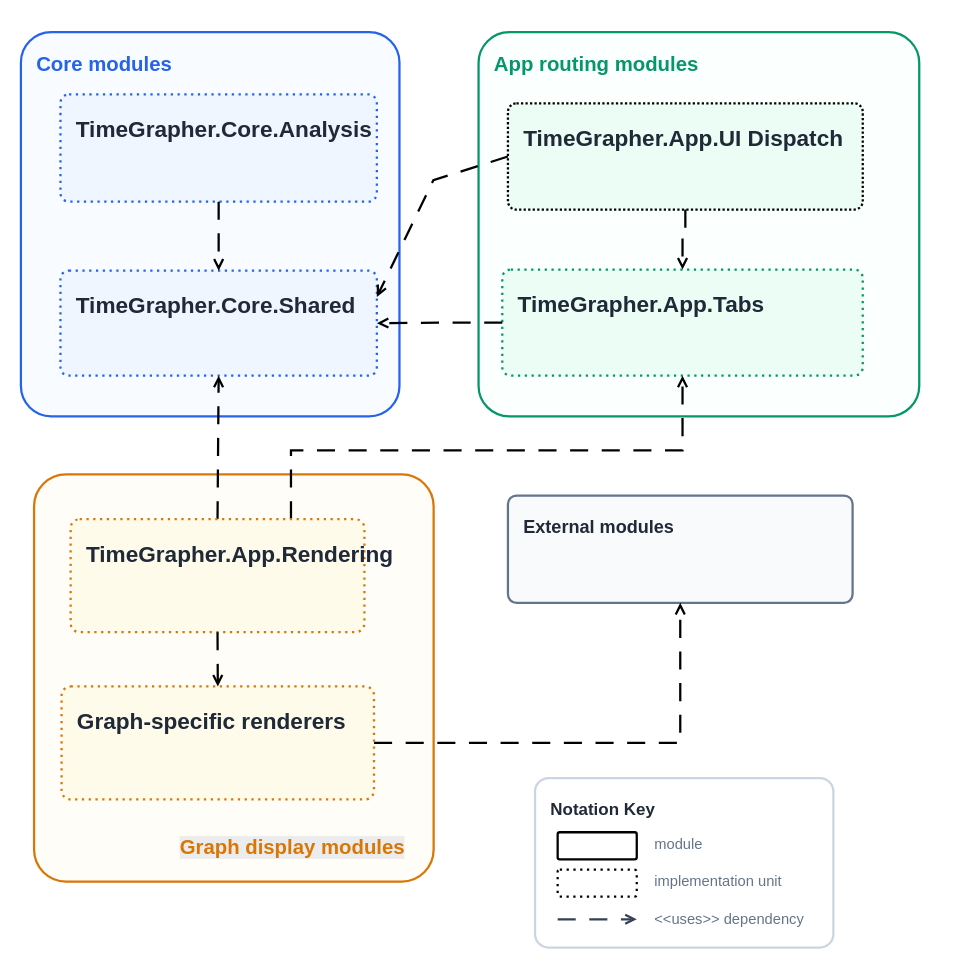
The draw.io diagram FinalDemo/assets/4.UsesView/4-ForPresentation_AnalysisFrame-Module-Uses-View.drawio in lgcmu2026-team5/TimeGrapher-Docs, before the edit. Source tidied: cells renumbered, new cells numbered last; positions are measured from the earlier drawing's top-left corner, leaving out a move shared by most shapes. Both pictures are drawn from the tidied source at 113%, with x=0, y=0 at pixel (20, 32).
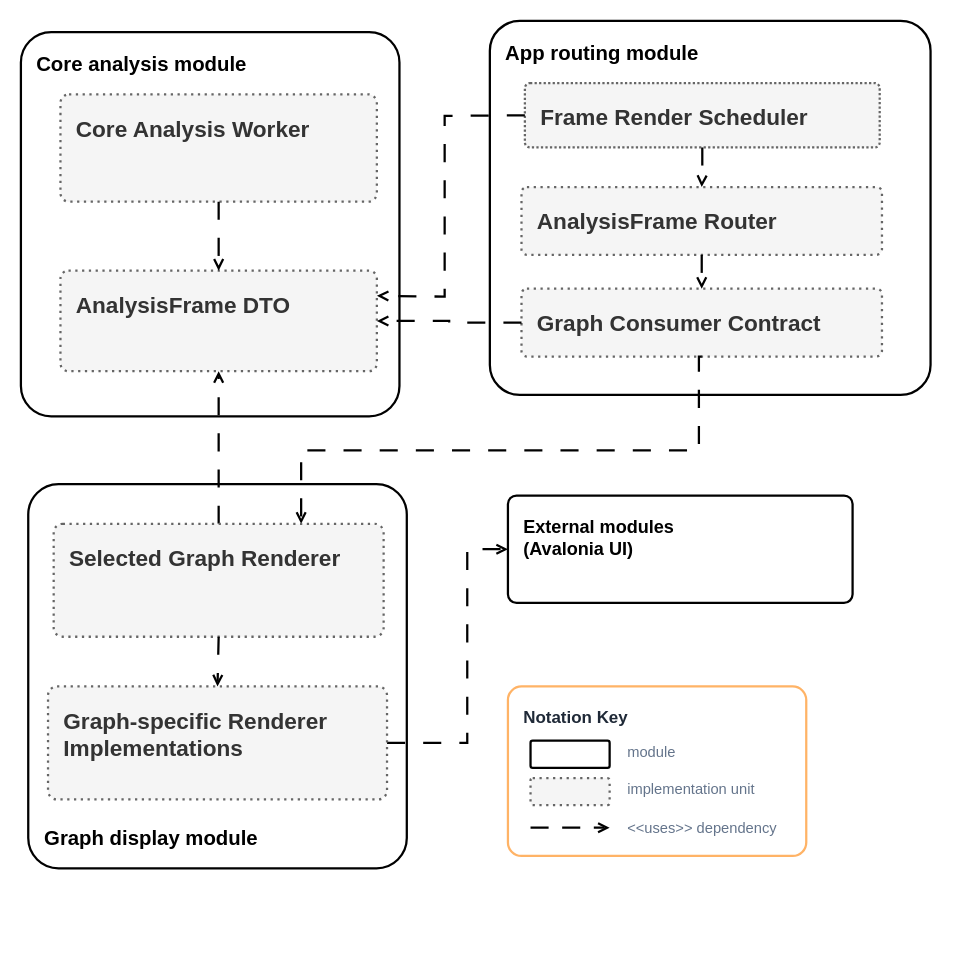
The same page after the edit.

Commit message (it also covers changes not shown here):
Update architecture view presentation notes

The edit, as a diff of the source:
```diff
@@
+    <mxCell id="28" value="&lt;b&gt;Graph display module&lt;/b&gt;" style="rounded=1;whiteSpace=wrap;html=1;arcSize=8;strokeWidth=2;fontSize=18;align=left;verticalAlign=bottom;spacing=14;" parent="1" vertex="1">
+      <mxGeometry x="6.5" y="400" width="335" height="340" as="geometry" />
+    </mxCell>
-    <mxCell id="2" value="&lt;b&gt;Notation Key&lt;/b&gt;" style="rounded=1;whiteSpace=wrap;html=1;arcSize=8;fillColor=#ffffff;strokeColor=#cbd5e1;strokeWidth=2;fontColor=#1f2937;fontSize=15;align=left;verticalAlign=top;spacing=14;" parent="1" vertex="1">
-      <mxGeometry x="455" y="660" width="264" height="150" as="geometry" />
+    <mxCell id="2" value="&lt;b&gt;Notation Key&lt;/b&gt;" style="rounded=1;whiteSpace=wrap;html=1;arcSize=8;fillColor=#ffffff;strokeColor=#FFB366;strokeWidth=2;fontColor=#1f2937;fontSize=15;align=left;verticalAlign=top;spacing=14;" parent="1" vertex="1">
+      <mxGeometry x="431" y="579" width="264" height="150" as="geometry" />
     </mxCell>
     <mxCell id="3" style="rounded=1;whiteSpace=wrap;html=1;arcSize=8;strokeWidth=2;fontSize=16;align=left;verticalAlign=top;spacing=14;" parent="1" vertex="1">
-      <mxGeometry x="475" y="708" width="70" height="24" as="geometry" />
+      <mxGeometry x="451" y="627" width="70" height="24" as="geometry" />
     </mxCell>
     <mxCell id="4" value="module" style="text;html=1;strokeColor=none;fillColor=none;fontColor=#64748b;fontSize=13;align=left;verticalAlign=middle;whiteSpace=wrap;" parent="1" vertex="1">
-      <mxGeometry x="559" y="706" width="250" height="24" as="geometry" />
+      <mxGeometry x="535" y="625" width="250" height="24" as="geometry" />
     </mxCell>
-    <mxCell id="5" style="endArrow=open;endFill=0;html=1;rounded=0;strokeWidth=2;dashed=1;dashPattern=8 6;strokeColor=#334155;" parent="1" edge="1">
+    <mxCell id="5" style="endArrow=open;endFill=0;html=1;rounded=0;strokeWidth=2;dashed=1;dashPattern=8 6;strokeColor=light-dark(#000000, #acb8c9);" parent="1" edge="1">
       <mxGeometry relative="1" as="geometry">
-        <mxPoint x="475" y="785" as="sourcePoint" />
-        <mxPoint x="545" y="785" as="targetPoint" />
+        <mxPoint x="451" y="704" as="sourcePoint" />
+        <mxPoint x="521" y="704" as="targetPoint" />
       </mxGeometry>
     </mxCell>
     <mxCell id="6" value="&amp;lt;&amp;lt;uses&amp;gt;&amp;gt; dependency" style="text;html=1;strokeColor=none;fillColor=none;fontColor=#64748b;fontSize=13;align=left;verticalAlign=middle;whiteSpace=wrap;" parent="1" vertex="1">
-      <mxGeometry x="559" y="773" width="260" height="24" as="geometry" />
+      <mxGeometry x="535" y="692" width="260" height="24" as="geometry" />
     </mxCell>
-    <mxCell id="7" value="&lt;b&gt;Core modules&lt;/b&gt;" style="rounded=1;whiteSpace=wrap;html=1;arcSize=8;fillColor=#f8fbff;strokeColor=#2563eb;strokeWidth=2;fontColor=#2563eb;fontSize=18;align=left;verticalAlign=top;spacing=14;" parent="1" vertex="1">
+    <mxCell id="7" value="&lt;b&gt;Core analysis module&lt;/b&gt;" style="rounded=1;whiteSpace=wrap;html=1;arcSize=8;strokeWidth=2;fontSize=18;align=left;verticalAlign=top;spacing=14;" parent="1" vertex="1">
       <mxGeometry width="335" height="340" as="geometry" />
     </mxCell>
-    <mxCell id="8" value="&lt;b&gt;App routing modules&lt;/b&gt;" style="rounded=1;whiteSpace=wrap;html=1;arcSize=8;fillColor=#fbfffd;strokeColor=#059669;strokeWidth=2;fontColor=#059669;fontSize=18;align=left;verticalAlign=top;spacing=14;" parent="1" vertex="1">
-      <mxGeometry x="405" width="390" height="340" as="geometry" />
+    <mxCell id="8" value="&lt;b&gt;App routing module&lt;/b&gt;" style="rounded=1;whiteSpace=wrap;html=1;arcSize=8;strokeWidth=2;fontSize=18;align=left;verticalAlign=top;spacing=14;" parent="1" vertex="1">
+      <mxGeometry x="415" y="-10" width="390" height="331" as="geometry" />
     </mxCell>
-    <mxCell id="9" style="rounded=1;whiteSpace=wrap;html=1;arcSize=8;fillColor=#fffdf8;strokeColor=#d97706;strokeWidth=2;fontColor=#d97706;fontSize=18;align=left;verticalAlign=top;spacing=14;rotation=-90;" parent="1" vertex="1">
-      <mxGeometry x="8.3" y="394.7" width="360.3" height="353.6" as="geometry" />
-    </mxCell>
+    <mxCell id="29" value="&lt;b&gt;Graph Consumer Contract&lt;/b&gt;" style="rounded=1;whiteSpace=wrap;html=1;arcSize=8;fillColor=#f5f5f5;strokeColor=#666666;strokeWidth=2;fontColor=#333333;fontSize=20;align=left;verticalAlign=top;spacing=14;dashed=1;dashPattern=1 2;" parent="8" vertex="1">
+      <mxGeometry x="28" y="237" width="319" height="60" as="geometry" />
+    </mxCell>
-    <mxCell id="10" value="&lt;b&gt;TimeGrapher.Core.Analysis&lt;/b&gt;" style="rounded=1;whiteSpace=wrap;html=1;arcSize=8;fillColor=#eff6ff;strokeColor=#2563eb;strokeWidth=2;fontColor=#1f2937;fontSize=20;align=left;verticalAlign=top;spacing=14;dashed=1;dashPattern=1 2;" parent="1" vertex="1">
+    <mxCell id="10" value="&lt;b&gt;Core Analysis Worker&lt;/b&gt;" style="rounded=1;whiteSpace=wrap;html=1;arcSize=8;fillColor=#f5f5f5;strokeColor=#666666;strokeWidth=2;fontColor=#333333;fontSize=20;align=left;verticalAlign=top;spacing=14;dashed=1;dashPattern=1 2;" parent="1" vertex="1">
       <mxGeometry x="35" y="55" width="280" height="95" as="geometry" />
     </mxCell>
-    <mxCell id="11" value="&lt;b&gt;TimeGrapher.Core.Shared&lt;/b&gt;" style="rounded=1;whiteSpace=wrap;html=1;arcSize=8;fillColor=#eff6ff;strokeColor=#2563eb;strokeWidth=2;fontColor=#1f2937;fontSize=20;align=left;verticalAlign=top;spacing=14;dashed=1;dashPattern=1 2;" parent="1" vertex="1">
-      <mxGeometry x="35" y="211" width="280" height="93" as="geometry" />
+    <mxCell id="11" value="&lt;b&gt;AnalysisFrame DTO&lt;/b&gt;" style="rounded=1;whiteSpace=wrap;html=1;arcSize=8;fillColor=#f5f5f5;strokeColor=#666666;strokeWidth=2;fontColor=#333333;fontSize=20;align=left;verticalAlign=top;spacing=14;dashed=1;dashPattern=1 2;" parent="1" vertex="1">
+      <mxGeometry x="35" y="211" width="280" height="89" as="geometry" />
     </mxCell>
-    <mxCell id="12" value="&lt;b&gt;TimeGrapher.App.UI Dispatch&lt;/b&gt;" style="rounded=1;whiteSpace=wrap;html=1;arcSize=8;fillColor=#ecfdf5;strokeColor=default;strokeWidth=2;fontColor=#1f2937;fontSize=20;align=left;verticalAlign=top;spacing=14;dashed=1;dashPattern=1 1;" parent="1" vertex="1">
-      <mxGeometry x="431" y="63" width="314" height="94" as="geometry" />
+    <mxCell id="12" value="&lt;b&gt;Frame Render Scheduler&lt;/b&gt;" style="rounded=1;whiteSpace=wrap;html=1;arcSize=8;fillColor=#f5f5f5;strokeColor=#666666;strokeWidth=2;fontColor=#333333;fontSize=20;align=left;verticalAlign=top;spacing=14;dashed=1;dashPattern=1 1;" parent="1" vertex="1">
+      <mxGeometry x="446" y="45" width="314" height="57" as="geometry" />
     </mxCell>
-    <mxCell id="13" value="&lt;b&gt;TimeGrapher.App.Tabs&lt;/b&gt;" style="rounded=1;whiteSpace=wrap;html=1;arcSize=8;fillColor=#ecfdf5;strokeColor=#059669;strokeWidth=2;fontColor=#1f2937;fontSize=20;align=left;verticalAlign=top;spacing=14;dashed=1;dashPattern=1 2;" parent="1" vertex="1">
-      <mxGeometry x="426" y="210" width="319" height="94" as="geometry" />
+    <mxCell id="13" value="&lt;b&gt;AnalysisFrame Router&lt;/b&gt;" style="rounded=1;whiteSpace=wrap;html=1;arcSize=8;fillColor=#f5f5f5;strokeColor=#666666;strokeWidth=2;fontColor=#333333;fontSize=20;align=left;verticalAlign=top;spacing=14;dashed=1;dashPattern=1 2;" parent="1" vertex="1">
+      <mxGeometry x="443" y="137" width="319" height="60" as="geometry" />
     </mxCell>
-    <mxCell id="14" value="&lt;b&gt;External modules&lt;/b&gt;" style="rounded=1;whiteSpace=wrap;html=1;arcSize=8;fillColor=#f8fafc;strokeColor=#64748b;strokeWidth=2;fontColor=#1f2937;fontSize=16;align=left;verticalAlign=top;spacing=14;" parent="1" vertex="1">
+    <mxCell id="14" value="&lt;b&gt;External modules&lt;/b&gt;&lt;div&gt;&lt;b&gt;(Avalonia UI)&lt;/b&gt;&lt;/div&gt;" style="rounded=1;whiteSpace=wrap;html=1;arcSize=8;strokeWidth=2;fontSize=16;align=left;verticalAlign=top;spacing=14;" parent="1" vertex="1">
       <mxGeometry x="431" y="410" width="305" height="95" as="geometry" />
     </mxCell>
-    <mxCell id="15" style="edgeStyle=orthogonalEdgeStyle;rounded=0;jettySize=auto;html=1;dashed=1;dashPattern=8 6;strokeColor=light-dark(#000000, #699eff);strokeWidth=2;endArrow=open;endFill=0;fontSize=12;fontColor=#2563eb;labelBackgroundColor=#ffffff;" parent="1" edge="1" source="10" target="11">
+    <mxCell id="15" style="edgeStyle=orthogonalEdgeStyle;rounded=0;jettySize=auto;html=1;dashed=1;dashPattern=8 8;strokeColor=light-dark(#000000, #959595);strokeWidth=2;endArrow=open;endFill=0;fontSize=12;fontColor=#2563eb;labelBackgroundColor=#ffffff;fillColor=#f5f5f5;" parent="1" edge="1" source="10" target="11">
       <mxGeometry x="-0.01" relative="1" as="geometry" />
     </mxCell>
-    <mxCell id="16" style="rounded=0;jettySize=auto;html=1;dashed=1;dashPattern=8 6;strokeColor=light-dark(#000000, #2aa780);strokeWidth=2;endArrow=open;endFill=0;fontSize=12;fontColor=#059669;labelBackgroundColor=#ffffff;entryX=1;entryY=0.25;entryDx=0;entryDy=0;exitX=0;exitY=0.5;exitDx=0;exitDy=0;" parent="1" edge="1" source="12" target="11">
+    <mxCell id="16" style="rounded=0;jettySize=auto;html=1;dashed=1;dashPattern=8 8;strokeColor=light-dark(#000000, #959595);strokeWidth=2;endArrow=open;endFill=0;fontSize=12;fontColor=#059669;labelBackgroundColor=#ffffff;entryX=1;entryY=0.25;entryDx=0;entryDy=0;exitX=0;exitY=0.5;exitDx=0;exitDy=0;fillColor=#f5f5f5;" parent="1" edge="1" source="12" target="11">
       <mxGeometry relative="1" as="geometry">
         <Array as="points">
-          <mxPoint x="365" y="131" />
+          <mxPoint x="375" y="74" />
+          <mxPoint x="375" y="234" />
         </Array>
       </mxGeometry>
     </mxCell>
-    <mxCell id="17" style="edgeStyle=orthogonalEdgeStyle;rounded=0;jettySize=auto;html=1;dashed=1;dashPattern=8 6;strokeColor=light-dark(#000000, #699eff);strokeWidth=2;endArrow=open;endFill=0;fontSize=12;fontColor=#059669;labelBackgroundColor=#ffffff;" parent="1" edge="1" source="12" target="13">
+    <mxCell id="17" style="edgeStyle=orthogonalEdgeStyle;rounded=0;jettySize=auto;html=1;dashed=1;dashPattern=8 8;strokeColor=light-dark(#000000, #959595);strokeWidth=2;endArrow=open;endFill=0;fontSize=12;fontColor=#059669;labelBackgroundColor=#ffffff;fillColor=#f5f5f5;" parent="1" edge="1" source="12" target="13">
       <mxGeometry relative="1" as="geometry" />
     </mxCell>
-    <mxCell id="18" style="rounded=0;jettySize=auto;html=1;dashed=1;dashPattern=8 6;strokeColor=light-dark(#000000, #2aa780);strokeWidth=2;endArrow=open;endFill=0;fontSize=12;fontColor=#d97706;labelBackgroundColor=#ffffff;entryX=0.5;entryY=1;entryDx=0;entryDy=0;exitX=0.5;exitY=0;exitDx=0;exitDy=0;" parent="1" edge="1" source="21" target="11">
+    <mxCell id="18" style="rounded=0;jettySize=auto;html=1;dashed=1;dashPattern=8 8;strokeColor=light-dark(#000000, #959595);strokeWidth=2;endArrow=open;endFill=0;fontSize=12;fontColor=#d97706;labelBackgroundColor=#ffffff;entryX=0.5;entryY=1;entryDx=0;entryDy=0;exitX=0.5;exitY=0;exitDx=0;exitDy=0;" parent="1" edge="1" source="21" target="11">
       <mxGeometry x="0.28" relative="1" as="geometry" />
     </mxCell>
-    <mxCell id="19" style="edgeStyle=orthogonalEdgeStyle;rounded=0;jettySize=auto;html=1;dashed=1;dashPattern=8 6;strokeColor=light-dark(#000000, #2aa780);strokeWidth=2;endArrow=open;endFill=0;fontSize=12;fontColor=#64748b;labelBackgroundColor=#ffffff;" parent="1" edge="1" source="22" target="14">
-      <mxGeometry x="-0.05" y="-9" relative="1" as="geometry" />
+    <mxCell id="19" style="edgeStyle=orthogonalEdgeStyle;rounded=0;jettySize=auto;html=1;dashed=1;dashPattern=8 8;strokeColor=light-dark(#000000, #959595);strokeWidth=2;endArrow=open;endFill=0;fontSize=12;fontColor=#64748b;labelBackgroundColor=#ffffff;entryX=0;entryY=0.5;entryDx=0;entryDy=0;" parent="1" edge="1" source="22" target="14">
+      <mxGeometry x="-0.05" y="-9" relative="1" as="geometry">
+        <Array as="points">
+          <mxPoint x="395" y="629" />
+          <mxPoint x="395" y="457" />
+        </Array>
+      </mxGeometry>
     </mxCell>
-    <mxCell id="20" style="edgeStyle=orthogonalEdgeStyle;rounded=0;jettySize=auto;html=1;dashed=1;dashPattern=8 6;strokeColor=light-dark(#000000, #2aa780);strokeWidth=2;endArrow=open;endFill=0;fontSize=12;fontColor=#d97706;labelBackgroundColor=#ffffff;exitX=0.75;exitY=0;exitDx=0;exitDy=0;entryX=0.5;entryY=1;entryDx=0;entryDy=0;" parent="1" edge="1" source="21" target="13">
+    <mxCell id="20" style="edgeStyle=orthogonalEdgeStyle;rounded=0;jettySize=auto;html=1;dashed=1;dashPattern=8 8;strokeColor=light-dark(#000000, #959595);strokeWidth=2;endArrow=open;endFill=0;fontSize=12;fontColor=#d97706;labelBackgroundColor=#ffffff;entryX=0.75;entryY=0;entryDx=0;entryDy=0;exitX=0.5;exitY=1;exitDx=0;exitDy=0;" parent="1" edge="1" source="29" target="21">
       <mxGeometry x="-0.19" relative="1" as="geometry">
         <Array as="points">
-          <mxPoint x="239" y="370" />
-          <mxPoint x="586" y="370" />
+          <mxPoint x="600" y="370" />
+          <mxPoint x="248" y="370" />
         </Array>
         <mxPoint x="-1" as="offset" />
       </mxGeometry>
     </mxCell>
-    <mxCell id="21" value="&lt;b&gt;TimeGrapher.App.Rendering&lt;/b&gt;" style="rounded=1;whiteSpace=wrap;html=1;arcSize=8;fillColor=#fffbeb;strokeColor=#d97706;strokeWidth=2;fontColor=#1f2937;fontSize=20;align=left;verticalAlign=top;spacing=14;dashed=1;dashPattern=1 2;" parent="1" vertex="1">
-      <mxGeometry x="44" y="431" width="260" height="100" as="geometry" />
+    <mxCell id="21" value="&lt;b&gt;Selected Graph Renderer&lt;/b&gt;" style="rounded=1;whiteSpace=wrap;html=1;arcSize=8;fillColor=#f5f5f5;strokeColor=#666666;strokeWidth=2;fontColor=#333333;fontSize=20;align=left;verticalAlign=top;spacing=14;dashed=1;dashPattern=1 2;" parent="1" vertex="1">
+      <mxGeometry x="29" y="435" width="292" height="100" as="geometry" />
     </mxCell>
-    <mxCell id="22" value="&lt;b&gt;Graph-specific renderers&lt;/b&gt;" style="rounded=1;whiteSpace=wrap;html=1;arcSize=8;fillColor=#fffbeb;strokeColor=#d97706;strokeWidth=2;fontColor=#1f2937;fontSize=20;align=left;verticalAlign=top;spacing=14;dashed=1;dashPattern=1 2;" parent="1" vertex="1">
-      <mxGeometry x="36" y="579" width="276.5" height="100" as="geometry" />
+    <mxCell id="22" value="&lt;b&gt;Graph-specific Renderer&lt;/b&gt;&lt;div&gt;&lt;b&gt;Implementations&lt;/b&gt;&lt;/div&gt;" style="rounded=1;whiteSpace=wrap;html=1;arcSize=8;fillColor=#f5f5f5;strokeColor=#666666;strokeWidth=2;fontColor=#333333;fontSize=20;align=left;verticalAlign=top;spacing=14;dashed=1;dashPattern=1 2;" parent="1" vertex="1">
+      <mxGeometry x="24" y="579" width="300" height="100" as="geometry" />
     </mxCell>
-    <mxCell id="23" style="rounded=0;jettySize=auto;html=1;dashed=1;dashPattern=8 6;strokeColor=light-dark(#000000, #2aa780);strokeWidth=2;endArrow=open;endFill=0;fontSize=12;fontColor=#d97706;labelBackgroundColor=#ffffff;exitX=0.5;exitY=1;exitDx=0;exitDy=0;entryX=0.5;entryY=0;entryDx=0;entryDy=0;" parent="1" edge="1" source="21" target="22">
+    <mxCell id="23" style="rounded=0;jettySize=auto;html=1;dashed=1;dashPattern=8 8;strokeColor=light-dark(#000000, #959595);strokeWidth=2;endArrow=open;endFill=0;fontSize=12;fontColor=#d97706;labelBackgroundColor=#ffffff;exitX=0.5;exitY=1;exitDx=0;exitDy=0;entryX=0.5;entryY=0;entryDx=0;entryDy=0;fillColor=#f5f5f5;" parent="1" edge="1" source="21" target="22">
       <mxGeometry x="-0.12" y="-1" relative="1" as="geometry" />
     </mxCell>
-    <mxCell id="24" value="&lt;b style=&quot;forced-color-adjust: none; color: rgb(217, 119, 6); font-family: Helvetica; font-size: 18px; font-style: normal; font-variant-ligatures: normal; font-variant-caps: normal; letter-spacing: normal; orphans: 2; text-align: left; text-indent: 0px; text-transform: none; widows: 2; word-spacing: 0px; -webkit-text-stroke-width: 0px; white-space: normal; background-color: rgb(236, 236, 236); text-decoration-thickness: initial; text-decoration-style: initial; text-decoration-color: initial;&quot;&gt;Graph display modules&lt;/b&gt;" style="text;whiteSpace=wrap;html=1;" parent="1" vertex="1">
-      <mxGeometry x="138.6" y="705" width="230" height="50" as="geometry" />
-    </mxCell>
-    <mxCell id="25" style="rounded=1;whiteSpace=wrap;html=1;arcSize=8;strokeWidth=2;fontSize=16;align=left;verticalAlign=top;spacing=14;dashed=1;dashPattern=1 2;" parent="1" vertex="1">
-      <mxGeometry x="475" y="741" width="70" height="24" as="geometry" />
+    <mxCell id="25" style="rounded=1;whiteSpace=wrap;html=1;arcSize=8;strokeWidth=2;fontSize=16;align=left;verticalAlign=top;spacing=14;dashed=1;dashPattern=1 2;fillColor=#f5f5f5;fontColor=#333333;strokeColor=#666666;" parent="1" vertex="1">
+      <mxGeometry x="451" y="660" width="70" height="24" as="geometry" />
     </mxCell>
     <mxCell id="26" value="implementation unit" style="text;html=1;strokeColor=none;fillColor=none;fontColor=#64748b;fontSize=13;align=left;verticalAlign=middle;whiteSpace=wrap;" parent="1" vertex="1">
-      <mxGeometry x="559" y="739" width="250" height="24" as="geometry" />
+      <mxGeometry x="535" y="658" width="250" height="24" as="geometry" />
     </mxCell>
-    <mxCell id="27" style="edgeStyle=orthogonalEdgeStyle;rounded=0;jettySize=auto;html=1;dashed=1;dashPattern=8 6;strokeColor=light-dark(#000000, #2aa780);strokeWidth=2;endArrow=open;endFill=0;fontSize=12;fontColor=#059669;labelBackgroundColor=#ffffff;entryX=1;entryY=0.5;entryDx=0;entryDy=0;exitX=0;exitY=0.5;exitDx=0;exitDy=0;" parent="1" edge="1" source="13" target="11">
+    <mxCell id="27" style="edgeStyle=orthogonalEdgeStyle;rounded=0;jettySize=auto;html=1;dashed=1;dashPattern=8 8;strokeColor=light-dark(#000000, #959595);strokeWidth=2;endArrow=open;endFill=0;fontSize=12;fontColor=#059669;labelBackgroundColor=#ffffff;entryX=1;entryY=0.5;entryDx=0;entryDy=0;fillColor=#f5f5f5;" parent="1" edge="1" source="29" target="11">
       <mxGeometry x="0.01" y="22" relative="1" as="geometry" />
     </mxCell>
+    <mxCell id="30" style="edgeStyle=orthogonalEdgeStyle;rounded=0;jettySize=auto;html=1;dashed=1;dashPattern=8 8;strokeColor=light-dark(#000000, #959595);strokeWidth=2;endArrow=open;endFill=0;fontSize=12;fontColor=#059669;labelBackgroundColor=#ffffff;fillColor=#f5f5f5;entryX=0.5;entryY=0;entryDx=0;entryDy=0;exitX=0.5;exitY=1;exitDx=0;exitDy=0;" parent="1" edge="1" source="13" target="29">
+      <mxGeometry relative="1" as="geometry" />
+    </mxCell>
```
